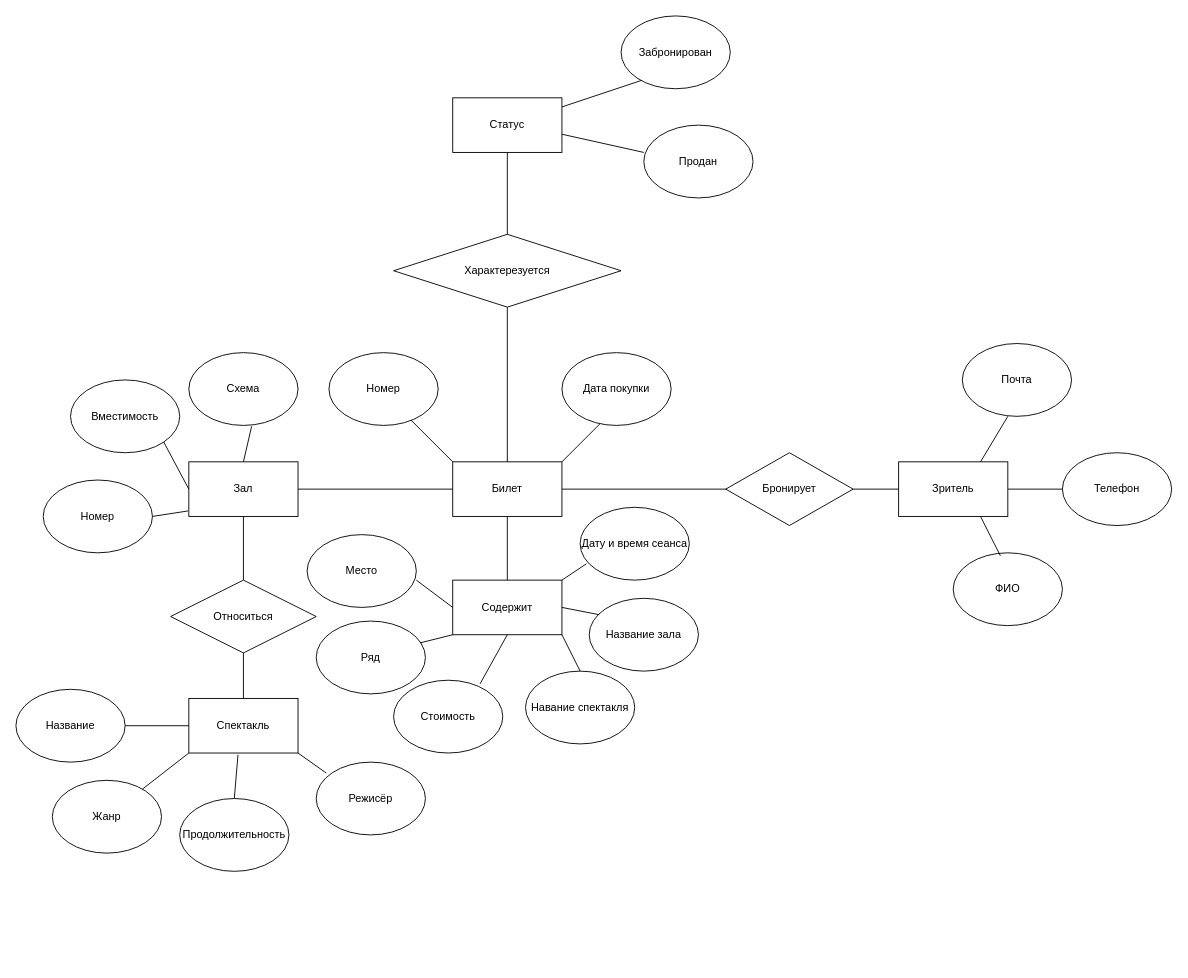
The draw.io diagram Новая папка/Схема 1_5.drawio in vokabulary/semjon, before the edit. Source tidied: cells renumbered, new cells numbered last; positions are measured from the earlier drawing's top-left corner, leaving out a move shared by most shapes. Both pictures are drawn from the tidied source at 91%, with x=0, y=0 at pixel (15, 15).
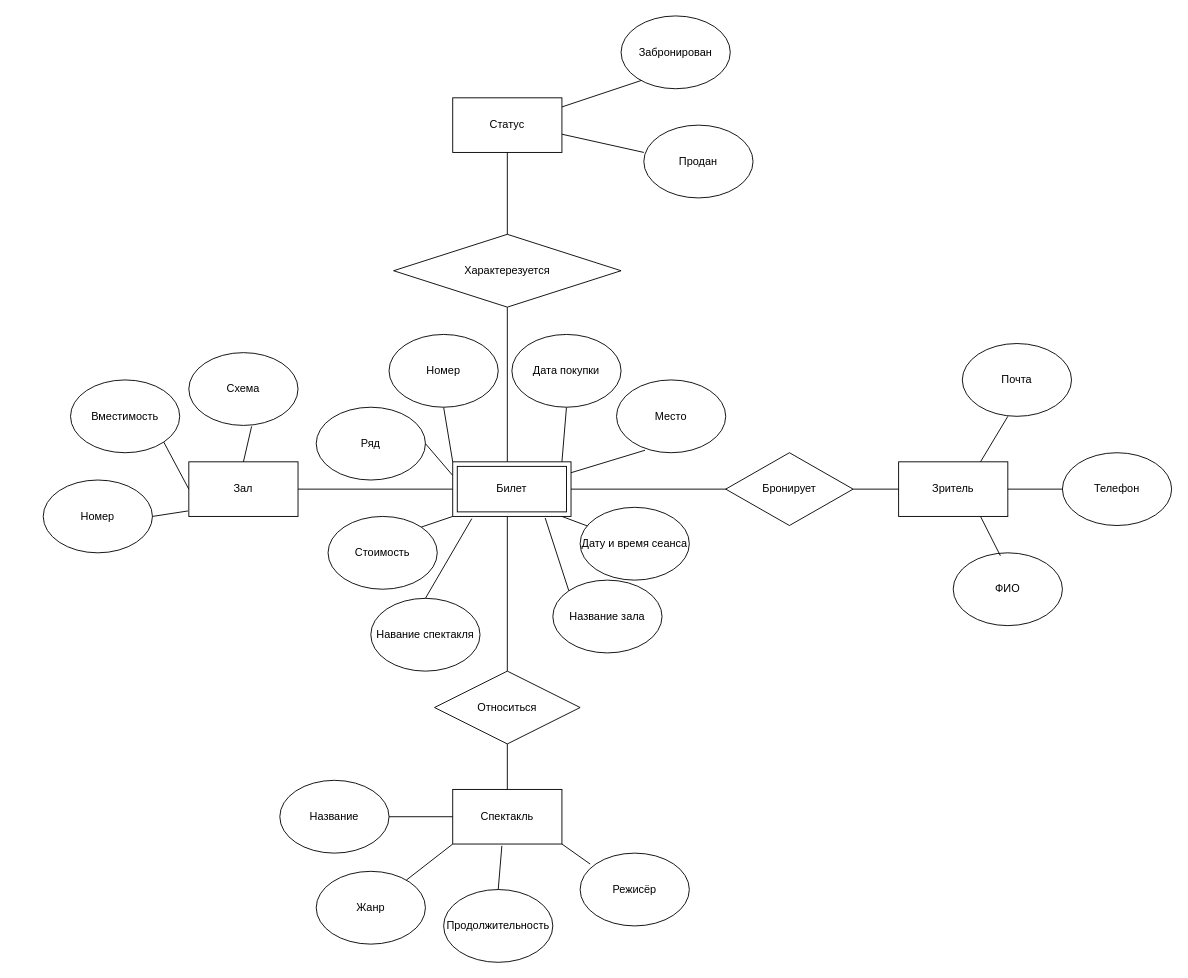
Above is the later version.

Unchanged cells that the change refers to:
```xml
<mxCell id="28" value="Зал" style="rounded=0;whiteSpace=wrap;html=1;" parent="1" vertex="1">
  <mxGeometry x="190" y="490" width="120" height="60" as="geometry" />
</mxCell>
<mxCell id="32" value="Дату и время сеанса" style="ellipse;whiteSpace=wrap;html=1;" parent="1" vertex="1">
  <mxGeometry x="620" y="540" width="120" height="80" as="geometry" />
</mxCell>
```

Change to the diagram source:
```diff
@@
-    <mxCell id="2" value="Билет" style="rounded=0;whiteSpace=wrap;html=1;" parent="1" vertex="1">
-      <mxGeometry x="480" y="490" width="120" height="60" as="geometry" />
-    </mxCell>
-    <mxCell id="3" style="endArrow=none;html=1;rounded=0;" parent="1" edge="1">
+    <mxCell id="3" style="endArrow=none;html=1;rounded=0;entryX=0.5;entryY=1;entryDx=0;entryDy=0;" parent="1" edge="1" target="6">
       <mxGeometry relative="1" as="geometry">
         <mxPoint x="600" y="490" as="sourcePoint" />
-        <mxPoint x="650" y="440" as="targetPoint" />
       </mxGeometry>
     </mxCell>
-    <mxCell id="4" style="endArrow=none;html=1;rounded=0;" parent="1" edge="1">
+    <mxCell id="4" style="endArrow=none;html=1;rounded=0;entryX=0.5;entryY=1;entryDx=0;entryDy=0;" parent="1" edge="1" target="5">
       <mxGeometry relative="1" as="geometry">
         <mxPoint x="480" y="490" as="sourcePoint" />
-        <mxPoint x="430" y="440" as="targetPoint" />
       </mxGeometry>
     </mxCell>
     <mxCell id="5" value="Номер" style="ellipse;whiteSpace=wrap;html=1;" parent="1" vertex="1">
-      <mxGeometry x="344" y="370" width="120" height="80" as="geometry" />
+      <mxGeometry x="410" y="350" width="120" height="80" as="geometry" />
     </mxCell>
     <mxCell id="6" value="Дата покупки" style="ellipse;whiteSpace=wrap;html=1;" parent="1" vertex="1">
-      <mxGeometry x="600" y="370" width="120" height="80" as="geometry" />
+      <mxGeometry x="545" y="350" width="120" height="80" as="geometry" />
     </mxCell>
-    <mxCell id="7" style="endArrow=none;html=1;rounded=0;exitX=0.5;exitY=0;exitDx=0;exitDy=0;" parent="1" edge="1" source="2">
+    <mxCell id="7" style="endArrow=none;html=1;rounded=0;exitX=0.5;exitY=0;exitDx=0;exitDy=0;" parent="1" edge="1">
       <mxGeometry relative="1" as="geometry">
+        <mxPoint x="540" y="490" as="sourcePoint" />
         <mxPoint x="540" y="320" as="targetPoint" />
       </mxGeometry>
     </mxCell>
@@
-    <mxCell id="15" style="endArrow=none;html=1;rounded=0;exitX=0.5;exitY=1;exitDx=0;exitDy=0;" parent="1" edge="1" source="2">
+    <mxCell id="15" style="endArrow=none;html=1;rounded=0;exitX=0.5;exitY=1;exitDx=0;exitDy=0;entryX=0.5;entryY=0;entryDx=0;entryDy=0;" parent="1" edge="1" target="48">
       <mxGeometry relative="1" as="geometry">
-        <mxPoint x="540" y="620" as="targetPoint" />
+        <mxPoint x="540" y="550" as="sourcePoint" />
       </mxGeometry>
     </mxCell>
-    <mxCell id="16" value="Содержит" style="rounded=0;whiteSpace=wrap;html=1;" parent="1" vertex="1">
-      <mxGeometry x="480" y="620" width="120" height="60" as="geometry" />
-    </mxCell>
     <mxCell id="17" value="Ряд" style="ellipse;whiteSpace=wrap;html=1;" parent="1" vertex="1">
-      <mxGeometry x="330" y="665" width="120" height="80" as="geometry" />
+      <mxGeometry x="330" y="430" width="120" height="80" as="geometry" />
     </mxCell>
     <mxCell id="18" value="Стоимость" style="ellipse;whiteSpace=wrap;html=1;" parent="1" vertex="1">
-      <mxGeometry x="415" y="730" width="120" height="80" as="geometry" />
+      <mxGeometry x="343" y="550" width="120" height="80" as="geometry" />
     </mxCell>
     <mxCell id="19" value="Навание спектакля" style="ellipse;whiteSpace=wrap;html=1;" parent="1" vertex="1">
-      <mxGeometry x="560" y="720" width="120" height="80" as="geometry" />
+      <mxGeometry x="390" y="640" width="120" height="80" as="geometry" />
     </mxCell>
     <mxCell id="20" value="Название зала" style="ellipse;whiteSpace=wrap;html=1;" parent="1" vertex="1">
-      <mxGeometry x="630" y="640" width="120" height="80" as="geometry" />
+      <mxGeometry x="590" y="620" width="120" height="80" as="geometry" />
     </mxCell>
     <mxCell id="21" value="Место" style="ellipse;whiteSpace=wrap;html=1;" parent="1" vertex="1">
-      <mxGeometry x="320" y="570" width="120" height="80" as="geometry" />
+      <mxGeometry x="660" y="400" width="120" height="80" as="geometry" />
     </mxCell>
-    <mxCell id="22" style="endArrow=none;html=1;rounded=0;exitX=1;exitY=0.625;exitDx=0;exitDy=0;entryX=0;entryY=0.5;entryDx=0;entryDy=0;exitPerimeter=0;" parent="1" edge="1" source="21" target="16">
-      <mxGeometry relative="1" as="geometry" />
+    <mxCell id="22" style="endArrow=none;html=1;rounded=0;exitX=0.261;exitY=0.966;exitDx=0;exitDy=0;entryX=1;entryY=0.25;entryDx=0;entryDy=0;exitPerimeter=0;" parent="1" edge="1" source="21">
+      <mxGeometry relative="1" as="geometry">
+        <mxPoint x="600" y="505" as="targetPoint" />
+      </mxGeometry>
     </mxCell>
-    <mxCell id="23" style="endArrow=none;html=1;rounded=0;exitX=0.95;exitY=0.3;exitDx=0;exitDy=0;entryX=0;entryY=1;entryDx=0;entryDy=0;exitPerimeter=0;" parent="1" edge="1" source="17" target="16">
-      <mxGeometry relative="1" as="geometry" />
+    <mxCell id="23" style="endArrow=none;html=1;rounded=0;exitX=1;exitY=0.5;exitDx=0;exitDy=0;entryX=0;entryY=0.25;entryDx=0;entryDy=0;" parent="1" edge="1" source="17">
+      <mxGeometry relative="1" as="geometry">
+        <mxPoint x="480" y="505" as="targetPoint" />
+      </mxGeometry>
     </mxCell>
-    <mxCell id="24" style="endArrow=none;html=1;rounded=0;exitX=0.792;exitY=0.05;exitDx=0;exitDy=0;entryX=0.5;entryY=1;entryDx=0;entryDy=0;exitPerimeter=0;" parent="1" edge="1" source="18" target="16">
-      <mxGeometry relative="1" as="geometry" />
+    <mxCell id="24" style="endArrow=none;html=1;rounded=0;exitX=1;exitY=0;exitDx=0;exitDy=0;entryX=0;entryY=1;entryDx=0;entryDy=0;" parent="1" edge="1" source="18">
+      <mxGeometry relative="1" as="geometry">
+        <mxPoint x="480" y="550" as="targetPoint" />
+      </mxGeometry>
     </mxCell>
-    <mxCell id="25" style="endArrow=none;html=1;rounded=0;exitX=0.5;exitY=0;exitDx=0;exitDy=0;entryX=1;entryY=1;entryDx=0;entryDy=0;" parent="1" edge="1" source="19" target="16">
-      <mxGeometry relative="1" as="geometry" />
+    <mxCell id="25" style="endArrow=none;html=1;rounded=0;exitX=0.5;exitY=0;exitDx=0;exitDy=0;entryX=0.175;entryY=1.04;entryDx=0;entryDy=0;entryPerimeter=0;" parent="1" edge="1" source="19">
+      <mxGeometry relative="1" as="geometry">
+        <mxPoint x="501" y="552.4" as="targetPoint" />
+      </mxGeometry>
     </mxCell>
-    <mxCell id="26" style="endArrow=none;html=1;rounded=0;exitX=0.092;exitY=0.225;exitDx=0;exitDy=0;entryX=1;entryY=0.5;entryDx=0;entryDy=0;exitPerimeter=0;" parent="1" edge="1" source="20" target="16">
-      <mxGeometry relative="1" as="geometry" />
+    <mxCell id="26" style="endArrow=none;html=1;rounded=0;exitX=0.847;exitY=1.029;exitDx=0;exitDy=0;entryX=0;entryY=0;entryDx=0;entryDy=0;exitPerimeter=0;" parent="1" edge="1" target="20">
+      <mxGeometry relative="1" as="geometry">
+        <mxPoint x="581.6" y="551.7" as="sourcePoint" />
+      </mxGeometry>
     </mxCell>
-    <mxCell id="27" style="endArrow=none;html=1;rounded=0;exitX=0;exitY=0.5;exitDx=0;exitDy=0;" parent="1" edge="1" source="2" target="28">
-      <mxGeometry relative="1" as="geometry" />
+    <mxCell id="27" style="endArrow=none;html=1;rounded=0;exitX=0;exitY=0.5;exitDx=0;exitDy=0;" parent="1" edge="1" target="28">
+      <mxGeometry relative="1" as="geometry">
+        <mxPoint x="480" y="520" as="sourcePoint" />
+      </mxGeometry>
     </mxCell>
@@
-    <mxCell id="33" style="endArrow=none;html=1;rounded=0;exitX=0.058;exitY=0.775;exitDx=0;exitDy=0;entryX=1;entryY=0;entryDx=0;entryDy=0;exitPerimeter=0;" parent="1" edge="1" source="32" target="16">
-      <mxGeometry relative="1" as="geometry" />
+    <mxCell id="33" style="endArrow=none;html=1;rounded=0;entryX=1;entryY=1;entryDx=0;entryDy=0;" parent="1" edge="1" source="32">
+      <mxGeometry relative="1" as="geometry">
+        <mxPoint x="600" y="550" as="targetPoint" />
+      </mxGeometry>
     </mxCell>
@@
-    <mxCell id="37" style="endArrow=none;html=1;rounded=0;exitX=1;exitY=0.5;exitDx=0;exitDy=0;" parent="1" edge="1" source="2">
+    <mxCell id="37" style="endArrow=none;html=1;rounded=0;exitX=1;exitY=0.5;exitDx=0;exitDy=0;" parent="1" edge="1">
       <mxGeometry relative="1" as="geometry">
+        <mxPoint x="600" y="520" as="sourcePoint" />
         <mxPoint x="785" y="520" as="targetPoint" />
       </mxGeometry>
     </mxCell>
@@
-    <mxCell id="47" style="endArrow=none;html=1;rounded=0;entryX=0.5;entryY=0;entryDx=0;entryDy=0;exitX=0.5;exitY=1;exitDx=0;exitDy=0;" parent="1" edge="1" source="28" target="48">
-      <mxGeometry relative="1" as="geometry" />
-    </mxCell>
     <mxCell id="48" value="Относиться" style="rhombus;whiteSpace=wrap;html=1;" parent="1" vertex="1">
-      <mxGeometry x="170" y="620" width="160" height="80" as="geometry" />
+      <mxGeometry x="460" y="720" width="160" height="80" as="geometry" />
     </mxCell>
     <mxCell id="49" value="Название" style="ellipse;whiteSpace=wrap;html=1;" parent="1" vertex="1">
-      <mxGeometry y="740" width="120" height="80" as="geometry" />
+      <mxGeometry x="290" y="840" width="120" height="80" as="geometry" />
     </mxCell>
     <mxCell id="50" value="Спектакль" style="rounded=0;whiteSpace=wrap;html=1;" parent="1" vertex="1">
-      <mxGeometry x="190" y="750" width="120" height="60" as="geometry" />
+      <mxGeometry x="480" y="850" width="120" height="60" as="geometry" />
     </mxCell>
@@
     <mxCell id="52" style="endArrow=none;html=1;rounded=0;exitX=0;exitY=0.5;exitDx=0;exitDy=0;" parent="1" edge="1" source="50">
       <mxGeometry relative="1" as="geometry">
-        <mxPoint x="120" y="780" as="targetPoint" />
+        <mxPoint x="410" y="880" as="targetPoint" />
       </mxGeometry>
     </mxCell>
     <mxCell id="53" value="Жанр" style="ellipse;whiteSpace=wrap;html=1;" parent="1" vertex="1">
-      <mxGeometry x="40" y="840" width="120" height="80" as="geometry" />
+      <mxGeometry x="330" y="940" width="120" height="80" as="geometry" />
     </mxCell>
     <mxCell id="54" value="Продолжительность" style="ellipse;whiteSpace=wrap;html=1;" parent="1" vertex="1">
-      <mxGeometry x="180" y="860" width="120" height="80" as="geometry" />
+      <mxGeometry x="470" y="960" width="120" height="80" as="geometry" />
     </mxCell>
     <mxCell id="55" value="Режисёр" style="ellipse;whiteSpace=wrap;html=1;" parent="1" vertex="1">
-      <mxGeometry x="330" y="820" width="120" height="80" as="geometry" />
+      <mxGeometry x="620" y="920" width="120" height="80" as="geometry" />
     </mxCell>
@@
+    <mxCell id="2" value="Билет" style="shape=ext;margin=3;double=1;whiteSpace=wrap;html=1;align=center;" parent="1" vertex="1">
+      <mxGeometry x="480" y="490" width="130" height="60" as="geometry" />
+    </mxCell>
```
